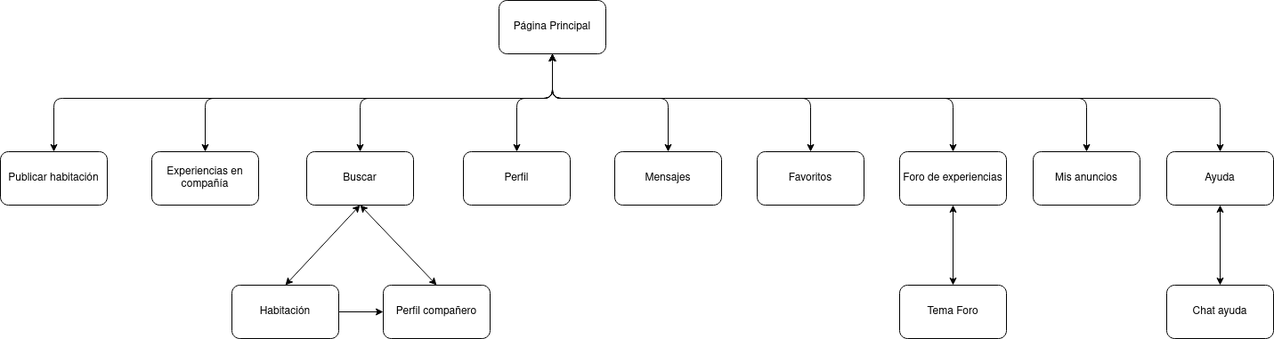
Before: P2/sitemap.png, a diagram exported from draw.io (Dunspa/DIU20). Source tidied: cells renumbered, new cells last; positions are measured from the earlier drawing's top-left corner, leaving out a move shared by most shapes.
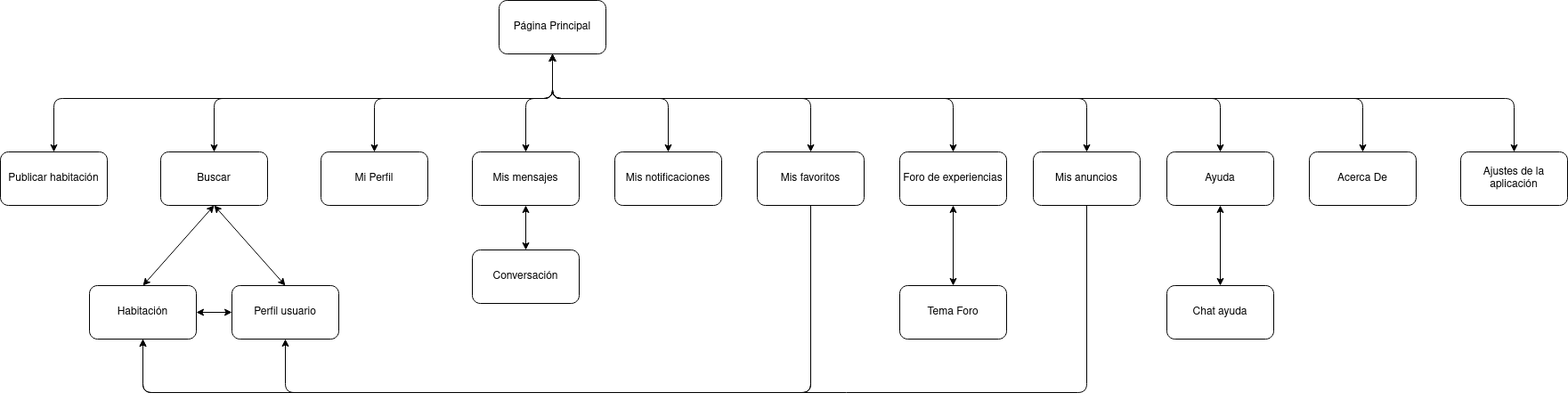
Later version of the same file.

Commit message:
Correción hecha, falta wireframes

What changed in the source:
```diff
@@ -9,22 +9,19 @@
       <mxGeometry y="170" width="120" height="60" as="geometry" />
     </mxCell>
     <mxCell id="4" value="Buscar" style="rounded=1;whiteSpace=wrap;html=1;" parent="1" vertex="1">
-      <mxGeometry x="344" y="170" width="120" height="60" as="geometry" />
+      <mxGeometry x="180" y="170" width="120" height="60" as="geometry" />
     </mxCell>
-    <mxCell id="5" value="Perfil" style="rounded=1;whiteSpace=wrap;html=1;" parent="1" vertex="1">
-      <mxGeometry x="520" y="170" width="120" height="60" as="geometry" />
+    <mxCell id="5" value="Mi Perfil" style="rounded=1;whiteSpace=wrap;html=1;" parent="1" vertex="1">
+      <mxGeometry x="360" y="170" width="120" height="60" as="geometry" />
     </mxCell>
-    <mxCell id="6" value="Mensajes" style="rounded=1;whiteSpace=wrap;html=1;" parent="1" vertex="1">
-      <mxGeometry x="690" y="170" width="120" height="60" as="geometry" />
+    <mxCell id="6" value="Mis mensajes" style="rounded=1;whiteSpace=wrap;html=1;" parent="1" vertex="1">
+      <mxGeometry x="530" y="170" width="120" height="60" as="geometry" />
     </mxCell>
-    <mxCell id="7" style="edgeStyle=orthogonalEdgeStyle;rounded=0;jettySize=auto;html=1;" parent="1" edge="1" source="8" target="9">
-      <mxGeometry relative="1" as="geometry" />
-    </mxCell>
     <mxCell id="8" value="Habitación" style="rounded=1;whiteSpace=wrap;html=1;" parent="1" vertex="1">
-      <mxGeometry x="260" y="320" width="120" height="60" as="geometry" />
+      <mxGeometry x="100" y="320" width="120" height="60" as="geometry" />
     </mxCell>
-    <mxCell id="9" value="Perfil compañero" style="rounded=1;whiteSpace=wrap;html=1;" parent="1" vertex="1">
-      <mxGeometry x="430" y="320" width="120" height="60" as="geometry" />
+    <mxCell id="9" value="Perfil usuario" style="rounded=1;whiteSpace=wrap;html=1;" parent="1" vertex="1">
+      <mxGeometry x="260" y="320" width="120" height="60" as="geometry" />
     </mxCell>
     <mxCell id="10" value="Foro de experiencias" style="rounded=1;whiteSpace=wrap;html=1;" parent="1" vertex="1">
       <mxGeometry x="1010" y="170" width="120" height="60" as="geometry" />
@@ -44,7 +41,7 @@
     <mxCell id="13" style="endArrow=classic;startArrow=classic;html=1;entryX=0.5;entryY=1;entryDx=0;entryDy=0;exitX=0.5;exitY=0;exitDx=0;exitDy=0;" parent="1" edge="1" source="4" target="2">
       <mxGeometry relative="1" as="geometry">
         <Array as="points">
-          <mxPoint x="404" y="110" />
+          <mxPoint x="240" y="110" />
           <mxPoint x="620" y="110" />
         </Array>
       </mxGeometry>
@@ -53,7 +50,7 @@
       <mxGeometry relative="1" as="geometry">
         <Array as="points">
           <mxPoint x="620" y="110" />
-          <mxPoint x="580" y="110" />
+          <mxPoint x="420" y="110" />
         </Array>
       </mxGeometry>
     </mxCell>
@@ -61,7 +58,7 @@
       <mxGeometry relative="1" as="geometry">
         <Array as="points">
           <mxPoint x="620" y="110" />
-          <mxPoint x="750" y="110" />
+          <mxPoint x="590" y="110" />
         </Array>
       </mxGeometry>
     </mxCell>
@@ -99,18 +96,7 @@
     <mxCell id="23" style="endArrow=classic;startArrow=classic;html=1;entryX=0.5;entryY=1;entryDx=0;entryDy=0;exitX=0.5;exitY=0;exitDx=0;exitDy=0;" parent="1" edge="1" source="22" target="11">
       <mxGeometry relative="1" as="geometry" />
     </mxCell>
-    <mxCell id="24" value="Experiencias en compañía" style="rounded=1;whiteSpace=wrap;html=1;" parent="1" vertex="1">
-      <mxGeometry x="170" y="170" width="120" height="60" as="geometry" />
-    </mxCell>
-    <mxCell id="25" style="endArrow=classic;startArrow=classic;html=1;exitX=0.5;exitY=0;exitDx=0;exitDy=0;entryX=0.5;entryY=1;entryDx=0;entryDy=0;" parent="1" edge="1" source="24" target="2">
-      <mxGeometry relative="1" as="geometry">
-        <Array as="points">
-          <mxPoint x="230" y="110" />
-          <mxPoint x="620" y="110" />
-        </Array>
-      </mxGeometry>
-    </mxCell>
-    <mxCell id="26" value="Favoritos" style="rounded=1;whiteSpace=wrap;html=1;" parent="1" vertex="1">
+    <mxCell id="26" value="Mis favoritos" style="rounded=1;whiteSpace=wrap;html=1;" parent="1" vertex="1">
       <mxGeometry x="850" y="170" width="120" height="60" as="geometry" />
     </mxCell>
     <mxCell id="27" style="endArrow=classic;startArrow=classic;html=1;exitX=0.5;exitY=0;exitDx=0;exitDy=0;entryX=0.5;entryY=1;entryDx=0;entryDy=0;" parent="1" edge="1" source="26" target="2">
@@ -132,5 +118,71 @@
         </Array>
       </mxGeometry>
     </mxCell>
+    <mxCell id="7" style="endArrow=classic;startArrow=classic;html=1;exitX=1;exitY=0.5;exitDx=0;exitDy=0;entryX=0;entryY=0.5;entryDx=0;entryDy=0;" parent="1" edge="1" source="8" target="9">
+      <mxGeometry relative="1" as="geometry" />
+    </mxCell>
+    <mxCell id="30" value="Mis notificaciones" style="rounded=1;whiteSpace=wrap;html=1;" parent="1" vertex="1">
+      <mxGeometry x="690" y="170" width="120" height="60" as="geometry" />
+    </mxCell>
+    <mxCell id="31" style="endArrow=classic;startArrow=classic;html=1;exitX=0.5;exitY=1;exitDx=0;exitDy=0;entryX=0.5;entryY=0;entryDx=0;entryDy=0;" parent="1" edge="1" source="2" target="30">
+      <mxGeometry relative="1" as="geometry">
+        <Array as="points">
+          <mxPoint x="620" y="110" />
+          <mxPoint x="750" y="110" />
+        </Array>
+      </mxGeometry>
+    </mxCell>
+    <mxCell id="32" style="endArrow=classic;html=1;exitX=0.5;exitY=1;exitDx=0;exitDy=0;entryX=0.5;entryY=1;entryDx=0;entryDy=0;" parent="1" edge="1" source="28" target="8">
+      <mxGeometry relative="1" as="geometry">
+        <Array as="points">
+          <mxPoint x="1220" y="440" />
+          <mxPoint x="160" y="440" />
+        </Array>
+      </mxGeometry>
+    </mxCell>
+    <mxCell id="33" style="endArrow=classic;html=1;exitX=0.5;exitY=1;exitDx=0;exitDy=0;entryX=0.5;entryY=1;entryDx=0;entryDy=0;" parent="1" edge="1" source="26" target="8">
+      <mxGeometry relative="1" as="geometry">
+        <Array as="points">
+          <mxPoint x="910" y="440" />
+          <mxPoint x="160" y="440" />
+        </Array>
+      </mxGeometry>
+    </mxCell>
+    <mxCell id="34" style="endArrow=classic;html=1;entryX=0.5;entryY=1;entryDx=0;entryDy=0;exitX=0.5;exitY=1;exitDx=0;exitDy=0;" parent="1" edge="1" source="26" target="9">
+      <mxGeometry relative="1" as="geometry">
+        <Array as="points">
+          <mxPoint x="910" y="440" />
+          <mxPoint x="320" y="440" />
+        </Array>
+      </mxGeometry>
+    </mxCell>
+    <mxCell id="35" value="Conversación" style="rounded=1;whiteSpace=wrap;html=1;" parent="1" vertex="1">
+      <mxGeometry x="530" y="280" width="120" height="60" as="geometry" />
+    </mxCell>
+    <mxCell id="36" style="endArrow=classic;startArrow=classic;html=1;entryX=0.5;entryY=1;entryDx=0;entryDy=0;exitX=0.5;exitY=0;exitDx=0;exitDy=0;" parent="1" edge="1" source="35" target="6">
+      <mxGeometry relative="1" as="geometry" />
+    </mxCell>
+    <mxCell id="37" value="Acerca De" style="rounded=1;whiteSpace=wrap;html=1;" parent="1" vertex="1">
+      <mxGeometry x="1470" y="170" width="120" height="60" as="geometry" />
+    </mxCell>
+    <mxCell id="38" value="Ajustes de la aplicación" style="rounded=1;whiteSpace=wrap;html=1;" parent="1" vertex="1">
+      <mxGeometry x="1640" y="170" width="120" height="60" as="geometry" />
+    </mxCell>
+    <mxCell id="39" style="endArrow=classic;startArrow=classic;html=1;exitX=0.5;exitY=1;exitDx=0;exitDy=0;entryX=0.5;entryY=0;entryDx=0;entryDy=0;" parent="1" edge="1" source="2" target="37">
+      <mxGeometry relative="1" as="geometry">
+        <Array as="points">
+          <mxPoint x="620" y="110" />
+          <mxPoint x="1530" y="110" />
+        </Array>
+      </mxGeometry>
+    </mxCell>
+    <mxCell id="40" style="endArrow=classic;html=1;exitX=0.5;exitY=1;exitDx=0;exitDy=0;entryX=0.5;entryY=0;entryDx=0;entryDy=0;" parent="1" edge="1" source="2" target="38">
+      <mxGeometry relative="1" as="geometry">
+        <Array as="points">
+          <mxPoint x="620" y="110" />
+          <mxPoint x="1700" y="110" />
+        </Array>
+      </mxGeometry>
+    </mxCell>
   </root>
 </mxGraphModel>
```
